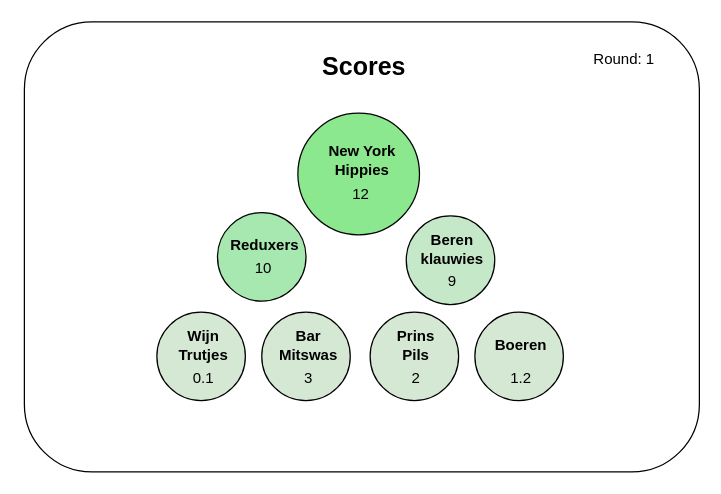
Above: page "Intermission" (2 of 2) of assets/Score/ScoreboardApp.drawio in TBeeren/PubQuiz (draw.io), before the change. Source tidied: cells renumbered, new cells numbered last; positions are measured from the earlier drawing's top-left corner, leaving out a move shared by most shapes. Both pictures are drawn from the tidied source at 125%, with x=0, y=0 at pixel (24, 21).
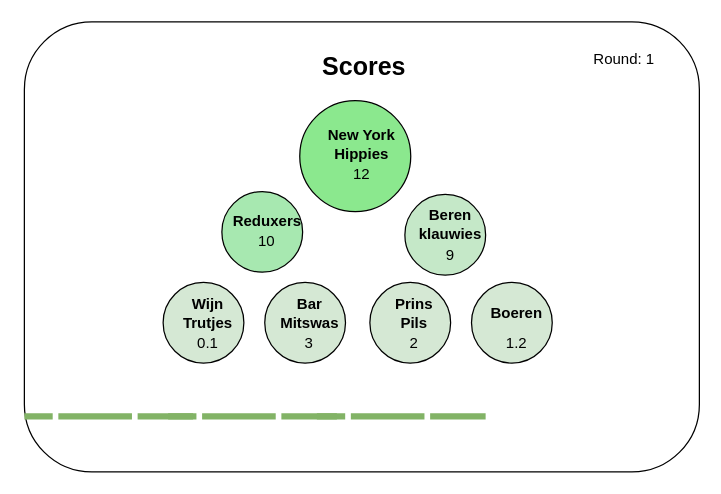
The same page after the edit.

Change to the diagram source:
```diff
@@
+    <mxCell id="34" style="verticalLabelPosition=bottom;verticalAlign=top;html=1;shadow=0;dashed=0;strokeWidth=5;shape=mxgraph.android.indeterminate_progress_bar;strokeColor=#82b366;fillColor=#d5e8d4;" parent="1" vertex="1">
+      <mxGeometry y="313" width="135" height="5" as="geometry" />
+    </mxCell>
+    <mxCell id="35" style="group;" parent="1" vertex="1">
+      <mxGeometry x="111" y="63" width="319" height="210" as="geometry" />
+    </mxCell>
-    <mxCell id="5" style="group;" parent="1" vertex="1">
-      <mxGeometry x="106" y="73" width="329" height="230" as="geometry" />
+    <mxCell id="5" style="group;" parent="35" vertex="1">
+      <mxGeometry width="319" height="210" as="geometry" />
     </mxCell>
     <mxCell id="6" style="ellipse;whiteSpace=wrap;html=1;fillColor=#8BE88E;" parent="5" vertex="1">
-      <mxGeometry x="112.8" width="97.3" height="97.3" as="geometry" />
+      <mxGeometry x="109.3" width="88.8" height="88.8" as="geometry" />
     </mxCell>
     <mxCell id="7" value="&lt;b&gt;New York Hippies&lt;/b&gt;" style="text;html=1;strokeColor=none;fillColor=none;align=center;verticalAlign=middle;whiteSpace=wrap;rounded=0;" parent="5" vertex="1">
-      <mxGeometry x="126.8" y="29.2" width="74.6" height="17.7" as="geometry" />
+      <mxGeometry x="122.9" y="26.7" width="72.3" height="16.2" as="geometry" />
     </mxCell>
     <mxCell id="8" value="12" style="text;html=1;strokeColor=none;fillColor=none;align=center;verticalAlign=middle;whiteSpace=wrap;rounded=0;" parent="5" vertex="1">
-      <mxGeometry x="145.4" y="55.7" width="37.3" height="17.7" as="geometry" />
+      <mxGeometry x="141" y="50.9" width="36.1" height="16.2" as="geometry" />
     </mxCell>
     <mxCell id="9" style="group;" parent="5" vertex="1">
-      <mxGeometry x="48.5" y="79.6" width="74.6" height="70.8" as="geometry" />
+      <mxGeometry x="47" y="72.7" width="72.3" height="64.6" as="geometry" />
     </mxCell>
     <mxCell id="10" style="ellipse;whiteSpace=wrap;html=1;fillColor=#A7E8B0;" parent="9" vertex="1">
-      <mxGeometry width="70.8" height="70.8" as="geometry" />
+      <mxGeometry width="64.6" height="64.6" as="geometry" />
     </mxCell>
     <mxCell id="11" value="&lt;b&gt;Reduxers&lt;/b&gt;" style="text;html=1;strokeColor=none;fillColor=none;align=center;verticalAlign=middle;whiteSpace=wrap;rounded=0;" parent="9" vertex="1">
-      <mxGeometry x="14" y="17.7" width="46.6" height="17.7" as="geometry" />
+      <mxGeometry x="13.6" y="16.2" width="45.2" height="16.2" as="geometry" />
     </mxCell>
     <mxCell id="12" value="10" style="text;html=1;strokeColor=none;fillColor=none;align=center;verticalAlign=middle;whiteSpace=wrap;rounded=0;" parent="9" vertex="1">
-      <mxGeometry x="18.6" y="35.4" width="37.3" height="17.7" as="geometry" />
+      <mxGeometry x="18.1" y="32.3" width="36.1" height="16.2" as="geometry" />
     </mxCell>
     <mxCell id="13" style="group;" parent="5" vertex="1">
-      <mxGeometry x="199.5" y="82.3" width="74.6" height="70.8" as="geometry" />
+      <mxGeometry x="193.4" y="75.1" width="72.3" height="64.6" as="geometry" />
     </mxCell>
     <mxCell id="14" style="ellipse;whiteSpace=wrap;html=1;fillColor=#C5E8C8;" parent="13" vertex="1">
-      <mxGeometry width="70.8" height="70.8" as="geometry" />
+      <mxGeometry width="64.6" height="64.6" as="geometry" />
     </mxCell>
     <mxCell id="15" value="&lt;b&gt;Beren&lt;br&gt;klauwies&lt;/b&gt;" style="text;html=1;strokeColor=none;fillColor=none;align=center;verticalAlign=middle;whiteSpace=wrap;rounded=0;" parent="13" vertex="1">
-      <mxGeometry x="11.7" y="17.7" width="51.3" height="17.7" as="geometry" />
+      <mxGeometry x="11.3" y="16.2" width="49.7" height="16.2" as="geometry" />
     </mxCell>
     <mxCell id="16" value="9" style="text;html=1;strokeColor=none;fillColor=none;align=center;verticalAlign=middle;whiteSpace=wrap;rounded=0;" parent="13" vertex="1">
-      <mxGeometry x="18.6" y="44.2" width="37.3" height="17.7" as="geometry" />
+      <mxGeometry x="18.1" y="40.4" width="36.1" height="16.2" as="geometry" />
     </mxCell>
     <mxCell id="17" style="group;" parent="5" vertex="1">
-      <mxGeometry x="142.6" y="159.2" width="74.6" height="70.8" as="geometry" />
+      <mxGeometry x="138.3" y="145.4" width="72.3" height="64.6" as="geometry" />
     </mxCell>
     <mxCell id="18" style="group;" parent="5" vertex="1">
-      <mxGeometry y="159.2" width="74.6" height="70.8" as="geometry" />
+      <mxGeometry y="145.4" width="72.3" height="64.6" as="geometry" />
     </mxCell>
     <mxCell id="19" style="ellipse;whiteSpace=wrap;html=1;fillColor=#D5E8D4;" parent="18" vertex="1">
-      <mxGeometry width="70.8" height="70.8" as="geometry" />
+      <mxGeometry width="64.6" height="64.6" as="geometry" />
     </mxCell>
     <mxCell id="20" value="&lt;b&gt;Wijn&lt;br&gt;Trutjes&lt;/b&gt;" style="text;html=1;strokeColor=none;fillColor=none;align=center;verticalAlign=middle;whiteSpace=wrap;rounded=0;" parent="18" vertex="1">
-      <mxGeometry x="18.6" y="17.7" width="37.3" height="17.7" as="geometry" />
+      <mxGeometry x="18.1" y="16.2" width="36.1" height="16.2" as="geometry" />
     </mxCell>
     <mxCell id="21" value="0.1" style="text;html=1;strokeColor=none;fillColor=none;align=center;verticalAlign=middle;whiteSpace=wrap;rounded=0;" parent="18" vertex="1">
-      <mxGeometry x="18.6" y="44.2" width="37.3" height="17.7" as="geometry" />
+      <mxGeometry x="18.1" y="40.4" width="36.1" height="16.2" as="geometry" />
     </mxCell>
     <mxCell id="22" style="group;" parent="5" vertex="1">
-      <mxGeometry x="83.9" y="159.2" width="74.6" height="70.8" as="geometry" />
+      <mxGeometry x="81.3" y="145.4" width="72.3" height="64.6" as="geometry" />
     </mxCell>
     <mxCell id="23" style="ellipse;whiteSpace=wrap;html=1;fillColor=#D5E8D4;" parent="22" vertex="1">
-      <mxGeometry width="70.8" height="70.8" as="geometry" />
+      <mxGeometry width="64.6" height="64.6" as="geometry" />
     </mxCell>
     <mxCell id="24" value="&lt;b&gt;Bar&lt;br&gt;Mitswas&lt;/b&gt;" style="text;html=1;strokeColor=none;fillColor=none;align=center;verticalAlign=middle;whiteSpace=wrap;rounded=0;" parent="22" vertex="1">
-      <mxGeometry x="14" y="17.7" width="46.6" height="17.7" as="geometry" />
+      <mxGeometry x="13.6" y="16.2" width="45.2" height="16.2" as="geometry" />
     </mxCell>
     <mxCell id="25" value="3" style="text;html=1;strokeColor=none;fillColor=none;align=center;verticalAlign=middle;whiteSpace=wrap;rounded=0;" parent="22" vertex="1">
-      <mxGeometry x="18.6" y="44.2" width="37.3" height="17.7" as="geometry" />
+      <mxGeometry x="18.1" y="40.4" width="36.1" height="16.2" as="geometry" />
     </mxCell>
     <mxCell id="26" style="ellipse;whiteSpace=wrap;html=1;fillColor=#D5E8D4;" parent="5" vertex="1">
-      <mxGeometry x="170.6" y="159.2" width="70.8" height="70.8" as="geometry" />
+      <mxGeometry x="165.4" y="145.4" width="64.6" height="64.6" as="geometry" />
     </mxCell>
     <mxCell id="27" style="group;" parent="5" vertex="1">
-      <mxGeometry x="189.2" y="176.9" width="37.3" height="44.2" as="geometry" />
+      <mxGeometry x="183.4" y="161.5" width="36.1" height="40.4" as="geometry" />
     </mxCell>
     <mxCell id="28" value="&lt;b&gt;Prins&lt;br&gt;Pils&lt;/b&gt;" style="text;html=1;strokeColor=none;fillColor=none;align=center;verticalAlign=middle;whiteSpace=wrap;rounded=0;" parent="27" vertex="1">
-      <mxGeometry width="37.3" height="17.7" as="geometry" />
+      <mxGeometry width="36.1" height="16.2" as="geometry" />
     </mxCell>
     <mxCell id="29" value="2" style="text;html=1;strokeColor=none;fillColor=none;align=center;verticalAlign=middle;whiteSpace=wrap;rounded=0;" parent="27" vertex="1">
-      <mxGeometry y="26.5" width="37.3" height="17.7" as="geometry" />
+      <mxGeometry y="24.2" width="36.1" height="16.2" as="geometry" />
     </mxCell>
     <mxCell id="30" style="group;" parent="5" vertex="1">
-      <mxGeometry x="254.4" y="159.2" width="74.6" height="70.8" as="geometry" />
+      <mxGeometry x="246.7" y="145.4" width="72.3" height="64.6" as="geometry" />
     </mxCell>
     <mxCell id="31" style="ellipse;whiteSpace=wrap;html=1;fillColor=#D5E8D4;" parent="30" vertex="1">
-      <mxGeometry width="70.8" height="70.8" as="geometry" />
+      <mxGeometry width="64.6" height="64.6" as="geometry" />
     </mxCell>
     <mxCell id="32" value="&lt;b&gt;Boeren&lt;/b&gt;" style="text;html=1;strokeColor=none;fillColor=none;align=center;verticalAlign=middle;whiteSpace=wrap;rounded=0;" parent="30" vertex="1">
-      <mxGeometry x="18.6" y="17.7" width="37.3" height="17.7" as="geometry" />
+      <mxGeometry x="18.1" y="16.2" width="36.1" height="16.2" as="geometry" />
     </mxCell>
     <mxCell id="33" value="1.2" style="text;html=1;strokeColor=none;fillColor=none;align=center;verticalAlign=middle;whiteSpace=wrap;rounded=0;" parent="30" vertex="1">
-      <mxGeometry x="18.6" y="44.2" width="37.3" height="17.7" as="geometry" />
+      <mxGeometry x="18.1" y="40.4" width="36.1" height="16.2" as="geometry" />
     </mxCell>
+    <mxCell id="36" style="verticalLabelPosition=bottom;verticalAlign=top;html=1;shadow=0;dashed=0;strokeWidth=5;shape=mxgraph.android.indeterminate_progress_bar;strokeColor=#82b366;fillColor=#d5e8d4;" parent="1" vertex="1">
+      <mxGeometry x="115" y="313" width="135" height="5" as="geometry" />
+    </mxCell>
+    <mxCell id="37" style="verticalLabelPosition=bottom;verticalAlign=top;html=1;shadow=0;dashed=0;strokeWidth=5;shape=mxgraph.android.indeterminate_progress_bar;strokeColor=#82b366;fillColor=#d5e8d4;" parent="1" vertex="1">
+      <mxGeometry x="234" y="313" width="135" height="5" as="geometry" />
+    </mxCell>
```
